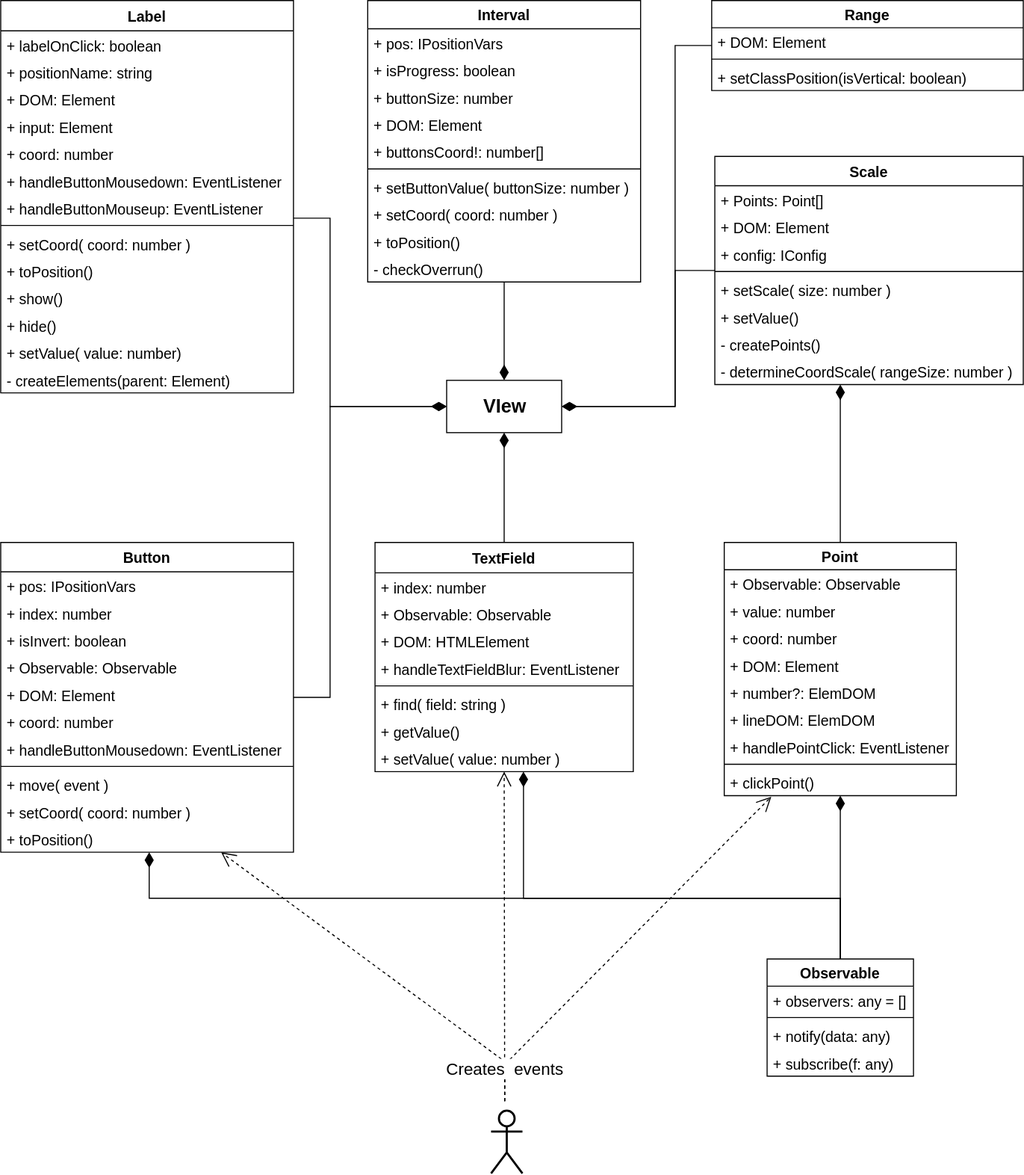
Earlier version of the draw.io export uml/viewComponents.svg (Evgeny3101/plugin). Source tidied: cells renumbered, new cells last; positions are measured from the earlier drawing's top-left corner, leaving out a move shared by most shapes.
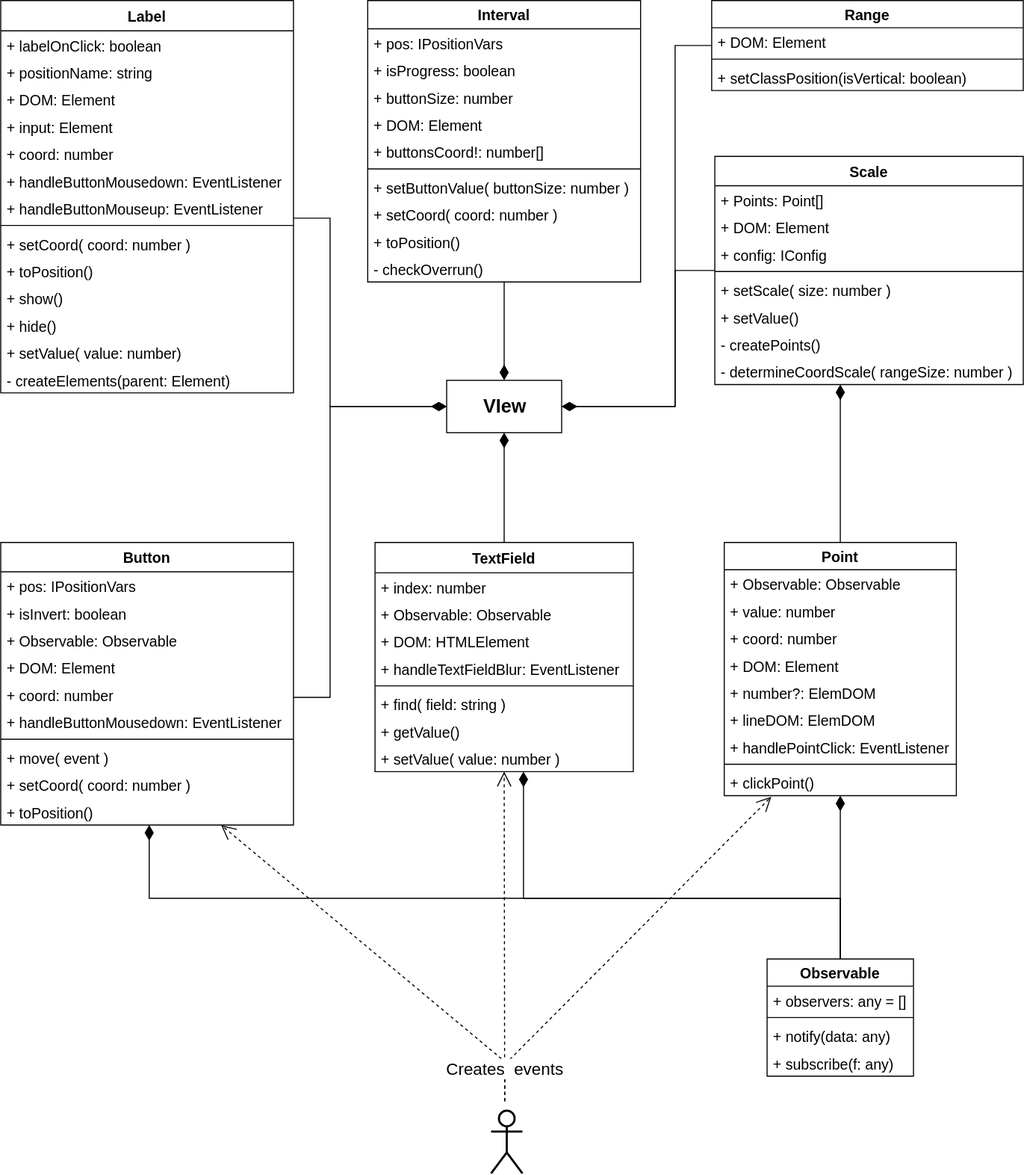
After the change.

The edit, as a diff of the source:
```diff
@@ -243,40 +243,37 @@
       <mxGeometry y="193" width="247" height="26" as="geometry" />
     </mxCell>
     <mxCell id="66" value="Button" style="swimlane;fontStyle=1;horizontal=1;startSize=28;fillColor=none;rounded=0;glass=0;strokeColor=#000000;fontSize=14;swimlaneLine=1;" parent="1" vertex="1">
-      <mxGeometry y="518" width="280" height="296" as="geometry" />
+      <mxGeometry y="518" width="280" height="270" as="geometry" />
     </mxCell>
     <mxCell id="67" value="+ pos: IPositionVars" style="text;strokeColor=none;fillColor=none;align=left;verticalAlign=top;spacingLeft=4;spacingRight=4;overflow=hidden;fontSize=14;" parent="66" vertex="1">
       <mxGeometry y="28" width="280" height="26" as="geometry" />
     </mxCell>
-    <mxCell id="68" value="+ index: number" style="text;strokeColor=none;fillColor=none;align=left;verticalAlign=top;spacingLeft=4;spacingRight=4;overflow=hidden;fontSize=14;" parent="66" vertex="1">
-      <mxGeometry y="54" width="280" height="26" as="geometry" />
-    </mxCell>
     <mxCell id="69" value="+ isInvert: boolean" style="text;strokeColor=none;fillColor=none;align=left;verticalAlign=top;spacingLeft=4;spacingRight=4;overflow=hidden;fontSize=14;" parent="66" vertex="1">
-      <mxGeometry y="80" width="280" height="26" as="geometry" />
+      <mxGeometry y="54" width="280" height="26" as="geometry" />
     </mxCell>
     <mxCell id="70" value="+ Observable: Observable" style="text;strokeColor=none;fillColor=none;align=left;verticalAlign=top;spacingLeft=4;spacingRight=4;overflow=hidden;labelBackgroundColor=#ffffff;html=1;fontSize=14;" parent="66" vertex="1">
-      <mxGeometry y="106" width="280" height="26" as="geometry" />
+      <mxGeometry y="80" width="280" height="26" as="geometry" />
     </mxCell>
     <mxCell id="71" value="+ DOM: Element" style="text;strokeColor=none;fillColor=none;align=left;verticalAlign=top;spacingLeft=4;spacingRight=4;overflow=hidden;fontSize=14;" parent="66" vertex="1">
-      <mxGeometry y="132" width="280" height="26" as="geometry" />
+      <mxGeometry y="106" width="280" height="26" as="geometry" />
     </mxCell>
     <mxCell id="72" value="+ coord: number" style="text;strokeColor=none;fillColor=none;align=left;verticalAlign=top;spacingLeft=4;spacingRight=4;overflow=hidden;fontSize=14;" parent="66" vertex="1">
-      <mxGeometry y="158" width="280" height="26" as="geometry" />
+      <mxGeometry y="132" width="280" height="26" as="geometry" />
     </mxCell>
     <mxCell id="73" value="+ handleButtonMousedown: EventListener" style="text;strokeColor=none;fillColor=none;align=left;verticalAlign=top;spacingLeft=4;spacingRight=4;overflow=hidden;fontSize=14;" parent="66" vertex="1">
-      <mxGeometry y="184" width="280" height="26" as="geometry" />
+      <mxGeometry y="158" width="280" height="26" as="geometry" />
     </mxCell>
     <mxCell id="74" style="line;strokeWidth=1;fillColor=none;align=left;verticalAlign=middle;spacingTop=-1;spacingLeft=3;spacingRight=3;labelPosition=right;labelBackgroundColor=#ffffff;html=1;fontSize=14;" parent="66" vertex="1">
-      <mxGeometry y="210" width="280" height="8" as="geometry" />
+      <mxGeometry y="184" width="280" height="8" as="geometry" />
     </mxCell>
     <mxCell id="75" value="+ move( event )" style="text;strokeColor=none;fillColor=none;align=left;verticalAlign=top;spacingLeft=4;spacingRight=4;overflow=hidden;fontSize=14;" parent="66" vertex="1">
-      <mxGeometry y="218" width="280" height="26" as="geometry" />
+      <mxGeometry y="192" width="280" height="26" as="geometry" />
     </mxCell>
     <mxCell id="76" value="+ setCoord( coord: number )" style="text;strokeColor=none;fillColor=none;align=left;verticalAlign=top;spacingLeft=4;spacingRight=4;overflow=hidden;fontSize=14;" parent="66" vertex="1">
-      <mxGeometry y="244" width="280" height="26" as="geometry" />
+      <mxGeometry y="218" width="280" height="26" as="geometry" />
     </mxCell>
     <mxCell id="77" value="+ toPosition()" style="text;strokeColor=none;fillColor=none;align=left;verticalAlign=top;spacingLeft=4;spacingRight=4;overflow=hidden;points=[[0,0.5],[1,0.5]];portConstraint=eastwest;fontSize=14;" parent="66" vertex="1">
-      <mxGeometry y="270" width="280" height="26" as="geometry" />
+      <mxGeometry y="244" width="280" height="26" as="geometry" />
     </mxCell>
     <mxCell id="78" value="Observable" style="swimlane;fontStyle=1;horizontal=1;startSize=26;fillColor=none;rounded=0;glass=0;strokeColor=#000000;fontSize=14;arcSize=13;swimlaneLine=1;" parent="1" vertex="1">
       <mxGeometry x="733" y="916" width="140" height="112" as="geometry" />
```
